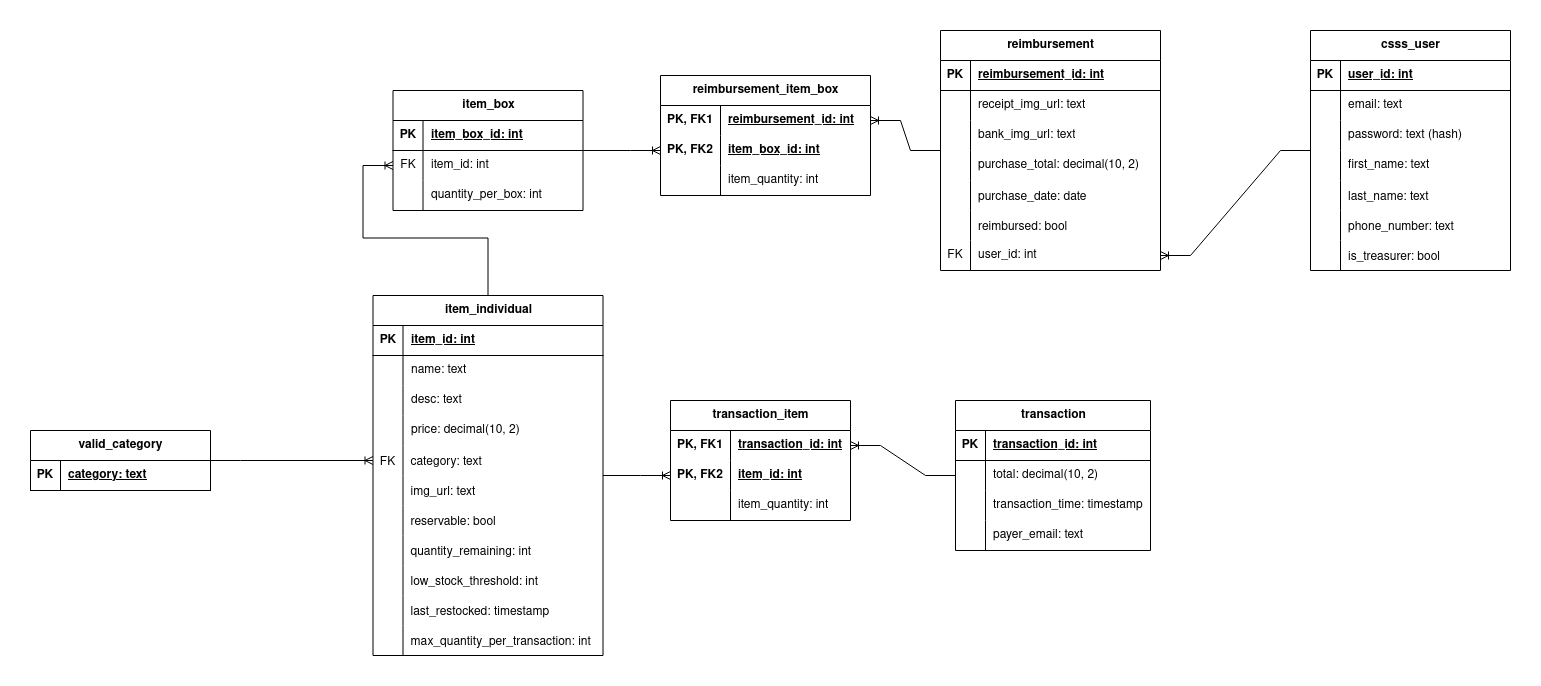
Earlier version of the draw.io export design/database/database_schema.png (ubccsss/Live-Inventory-System). Source tidied: cells renumbered, new cells last; positions are measured from the earlier drawing's top-left corner, leaving out a move shared by most shapes.
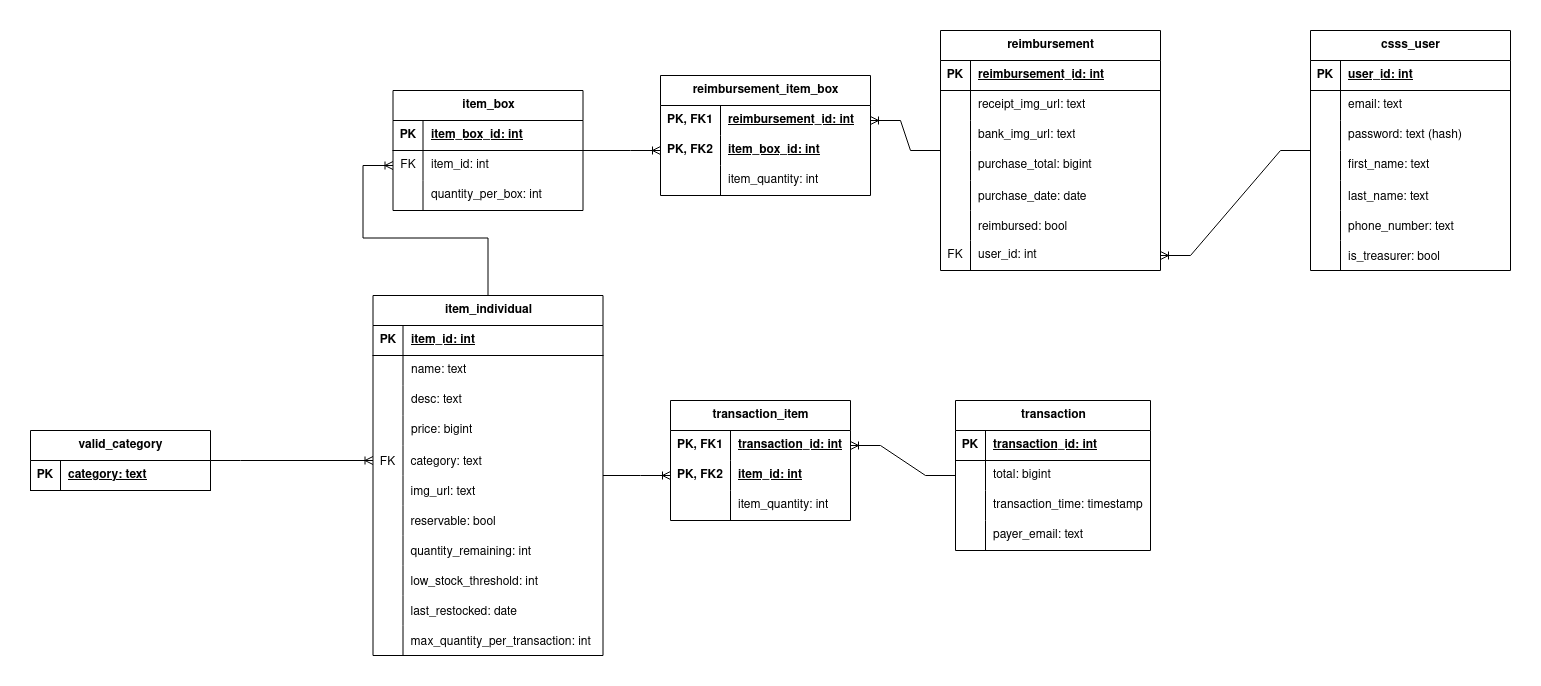
After the commit.

Commit message:
Modified database schema/docs to store monetary values as cents

What changed in the source:
```diff
@@ -38,7 +38,7 @@
     <mxCell id="13" style="shape=partialRectangle;fillColor=none;top=0;left=0;bottom=0;right=0;overflow=hidden;whiteSpace=wrap;html=1;" parent="12" vertex="1">
       <mxGeometry width="30" height="30" as="geometry" />
     </mxCell>
-    <mxCell id="14" value="price: decimal(10, 2)" style="shape=partialRectangle;fillColor=none;top=0;left=0;bottom=0;right=0;align=left;spacingLeft=6;overflow=hidden;whiteSpace=wrap;html=1;" parent="12" vertex="1">
+    <mxCell id="14" value="price: bigint" style="shape=partialRectangle;fillColor=none;top=0;left=0;bottom=0;right=0;align=left;spacingLeft=6;overflow=hidden;whiteSpace=wrap;html=1;" parent="12" vertex="1">
       <mxGeometry x="30" width="200" height="30" as="geometry" />
     </mxCell>
     <mxCell id="15" style="shape=tableRow;horizontal=0;startSize=0;swimlaneHead=0;swimlaneBody=0;fillColor=none;points=[[0,0.5],[1,0.5]];portConstraint=eastwest;top=0;left=0;right=0;bottom=0;" parent="2" vertex="1">
@@ -92,7 +92,7 @@
     <mxCell id="31" style="shape=partialRectangle;fillColor=none;top=0;left=0;bottom=0;right=0;overflow=hidden;" parent="30" vertex="1">
       <mxGeometry width="30" height="30" as="geometry" />
     </mxCell>
-    <mxCell id="32" value="last_restocked: timestamp" style="shape=partialRectangle;fillColor=none;top=0;left=0;bottom=0;right=0;align=left;spacingLeft=6;overflow=hidden;" parent="30" vertex="1">
+    <mxCell id="32" value="last_restocked: date" style="shape=partialRectangle;fillColor=none;top=0;left=0;bottom=0;right=0;align=left;spacingLeft=6;overflow=hidden;" parent="30" vertex="1">
       <mxGeometry x="30" width="200" height="30" as="geometry" />
     </mxCell>
     <mxCell id="33" style="shape=tableRow;horizontal=0;startSize=0;swimlaneHead=0;swimlaneBody=0;fillColor=none;top=0;left=0;right=0;bottom=0;" parent="2" vertex="1">
@@ -152,7 +152,7 @@
     <mxCell id="51" style="shape=partialRectangle;fillColor=none;top=0;left=0;bottom=0;right=0;overflow=hidden;whiteSpace=wrap;html=1;" parent="50" vertex="1">
       <mxGeometry width="30" height="30" as="geometry" />
     </mxCell>
-    <mxCell id="52" value="total: decimal(10, 2)" style="shape=partialRectangle;fillColor=none;top=0;left=0;bottom=0;right=0;align=left;spacingLeft=6;overflow=hidden;whiteSpace=wrap;html=1;" parent="50" vertex="1">
+    <mxCell id="52" value="total: bigint" style="shape=partialRectangle;fillColor=none;top=0;left=0;bottom=0;right=0;align=left;spacingLeft=6;overflow=hidden;whiteSpace=wrap;html=1;" parent="50" vertex="1">
       <mxGeometry x="30" width="165" height="30" as="geometry" />
     </mxCell>
     <mxCell id="53" style="shape=tableRow;horizontal=0;startSize=0;swimlaneHead=0;swimlaneBody=0;fillColor=none;top=0;left=0;right=0;bottom=0;" parent="46" vertex="1">
@@ -215,7 +215,7 @@
     <mxCell id="72" style="shape=partialRectangle;fillColor=none;top=0;left=0;bottom=0;right=0;overflow=hidden;whiteSpace=wrap;html=1;" parent="71" vertex="1">
       <mxGeometry width="30" height="30" as="geometry" />
     </mxCell>
-    <mxCell id="73" value="purchase_total: decimal(10, 2)" style="shape=partialRectangle;fillColor=none;top=0;left=0;bottom=0;right=0;align=left;spacingLeft=6;overflow=hidden;whiteSpace=wrap;html=1;" parent="71" vertex="1">
+    <mxCell id="73" value="purchase_total: bigint" style="shape=partialRectangle;fillColor=none;top=0;left=0;bottom=0;right=0;align=left;spacingLeft=6;overflow=hidden;whiteSpace=wrap;html=1;" parent="71" vertex="1">
       <mxGeometry x="30" width="190" height="30" as="geometry" />
     </mxCell>
     <mxCell id="74" style="shape=tableRow;horizontal=0;startSize=0;swimlaneHead=0;swimlaneBody=0;fillColor=none;top=0;left=0;right=0;bottom=0;" parent="61" vertex="1">
```
